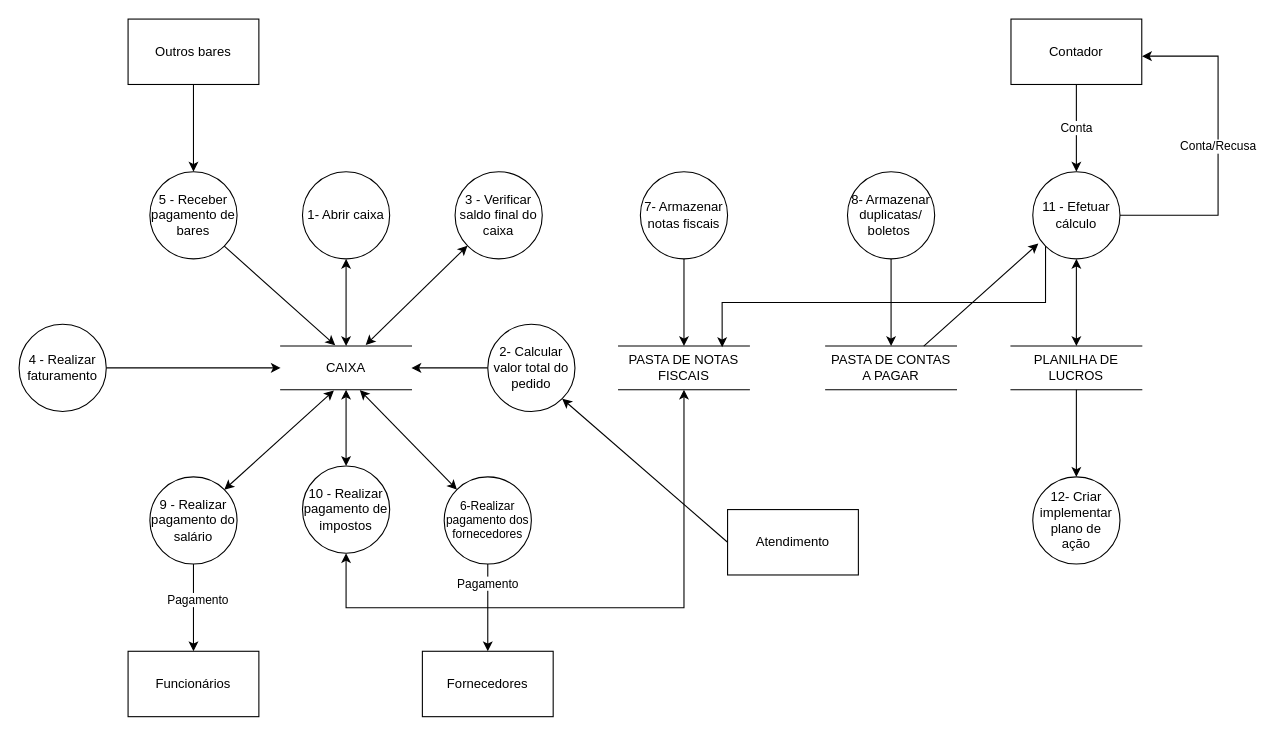
Above: docs/ARTEFATOS(15-23)/FINANCEIRO/DFD_FINANCEIRO_V2.drawio in Darienzo08/ope_ads (draw.io), before the change. Source tidied: cells renumbered, new cells numbered last; positions are measured from the earlier drawing's top-left corner, leaving out a move shared by most shapes. Both pictures are drawn from the tidied source at 109%, with x=0, y=0 at pixel (19, 19).
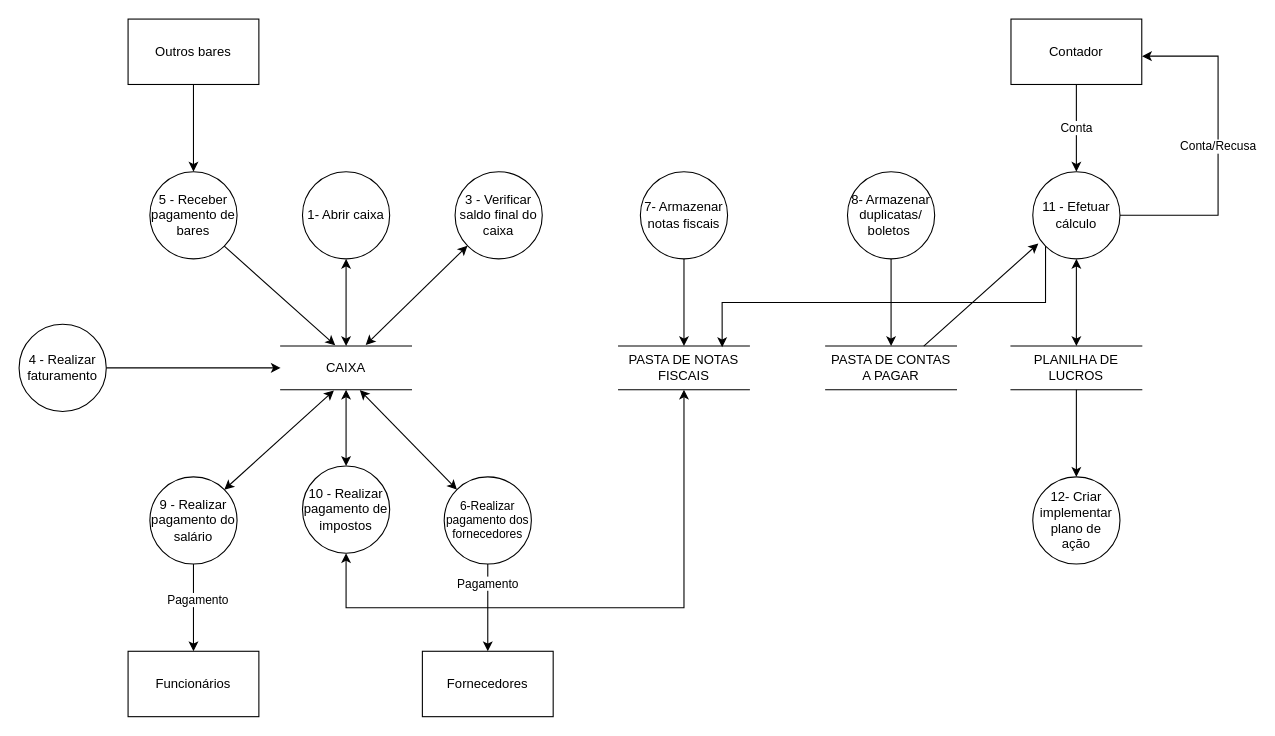
The same diagram, later.

Unchanged cells that the change refers to:
```xml
<mxCell id="6" value="CAIXA" style="shape=partialRectangle;whiteSpace=wrap;html=1;left=0;right=0;fillColor=none;" parent="1" vertex="1">
  <mxGeometry x="240" y="300" width="120" height="40" as="geometry" />
</mxCell>
```

What changed in the source:
```diff
@@
-    <mxCell id="37" style="edgeStyle=orthogonalEdgeStyle;rounded=0;jettySize=auto;html=1;entryX=1;entryY=0.5;entryDx=0;entryDy=0;" parent="1" edge="1" source="38" target="6">
-      <mxGeometry relative="1" as="geometry" />
-    </mxCell>
-    <mxCell id="38" value="2- Calcular valor total do pedido" style="ellipse;whiteSpace=wrap;html=1;" parent="1" vertex="1">
-      <mxGeometry x="430" y="280" width="80" height="80" as="geometry" />
-    </mxCell>
@@
-    <mxCell id="41" value="Atendimento" style="rounded=0;whiteSpace=wrap;html=1;" parent="1" vertex="1">
-      <mxGeometry x="650" y="450" width="120" height="60" as="geometry" />
-    </mxCell>
-    <mxCell id="42" style="endArrow=classic;html=1;exitX=0;exitY=0.5;exitDx=0;exitDy=0;entryX=1;entryY=1;entryDx=0;entryDy=0;" parent="1" edge="1" source="41" target="38">
-      <mxGeometry relative="1" as="geometry" />
-    </mxCell>
```
